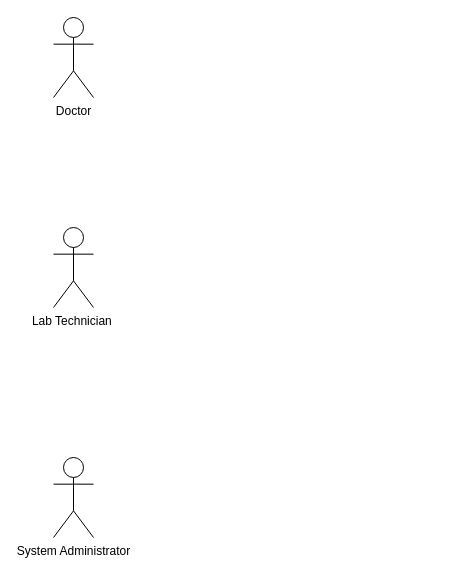
Before: ArchitectureTaskDiagram/usecase-1.drawio in bsuman/jobrelatred, a draw.io diagram. Source tidied: cells renumbered, new cells numbered last; positions are measured from the earlier drawing's top-left corner, leaving out a move shared by most shapes. Both pictures are drawn from the tidied source at 100%, with x=0, y=0 at pixel (53, 17).
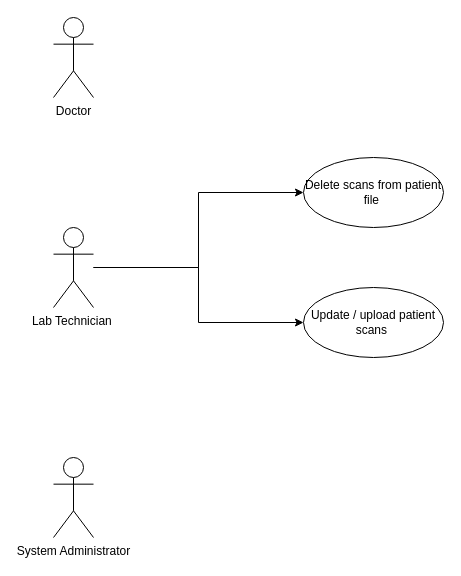
The same page after the edit.

Change to the diagram source:
```diff
@@
 <mxGraphModel>
   <root>
     <mxCell id="0" />
     <mxCell id="1" parent="0" />
     <mxCell id="2" value="Doctor" style="shape=umlActor;verticalLabelPosition=bottom;verticalAlign=top;html=1;" parent="1" vertex="1">
       <mxGeometry width="40" height="80" as="geometry" />
     </mxCell>
+    <mxCell id="5" style="edgeStyle=orthogonalEdgeStyle;rounded=0;jettySize=auto;html=1;" parent="1" edge="1" source="3" target="8">
+      <mxGeometry relative="1" as="geometry" />
+    </mxCell>
+    <mxCell id="6" style="edgeStyle=orthogonalEdgeStyle;rounded=0;jettySize=auto;html=1;" parent="1" edge="1" source="3" target="7">
+      <mxGeometry relative="1" as="geometry" />
+    </mxCell>
     <mxCell id="3" value="Lab Technician&amp;nbsp;" style="shape=umlActor;verticalLabelPosition=bottom;verticalAlign=top;html=1;" parent="1" vertex="1">
       <mxGeometry y="210" width="40" height="80" as="geometry" />
     </mxCell>
     <mxCell id="4" value="System Administrator" style="shape=umlActor;verticalLabelPosition=bottom;verticalAlign=top;html=1;" parent="1" vertex="1">
       <mxGeometry y="440" width="40" height="80" as="geometry" />
     </mxCell>
+    <mxCell id="7" value="Update / upload patient scans&amp;nbsp;" style="ellipse;whiteSpace=wrap;html=1;" parent="1" vertex="1">
+      <mxGeometry x="250" y="270" width="140" height="70" as="geometry" />
+    </mxCell>
+    <mxCell id="8" value="Delete scans from patient file&amp;nbsp;" style="ellipse;whiteSpace=wrap;html=1;" parent="1" vertex="1">
+      <mxGeometry x="250" y="140" width="140" height="70" as="geometry" />
+    </mxCell>
   </root>
 </mxGraphModel>
```
